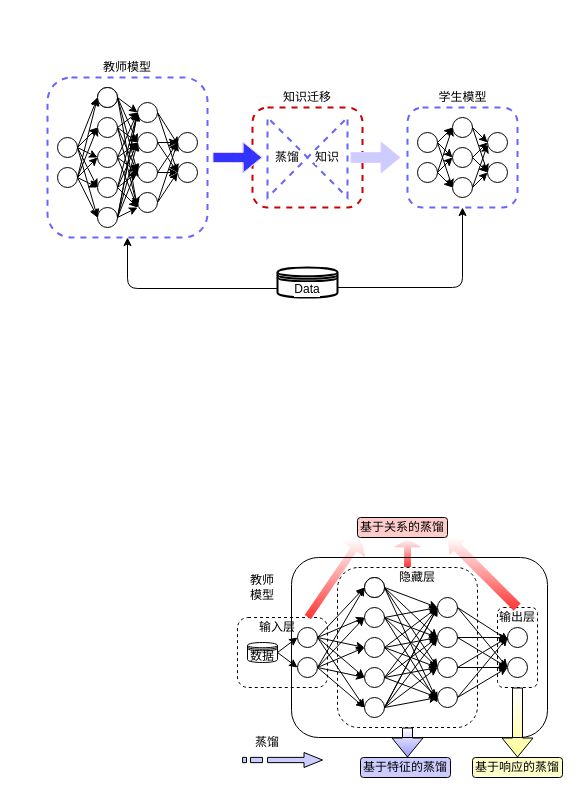
Earlier version of the draw.io diagram generic-KD.drawio (Noeverer/Mindmap). Source tidied: cells renumbered, new cells numbered last; positions are measured from the earlier drawing's top-left corner, leaving out a move shared by most shapes. Both pictures are drawn from the tidied source at 100%, with x=0, y=0 at pixel (17, 17).
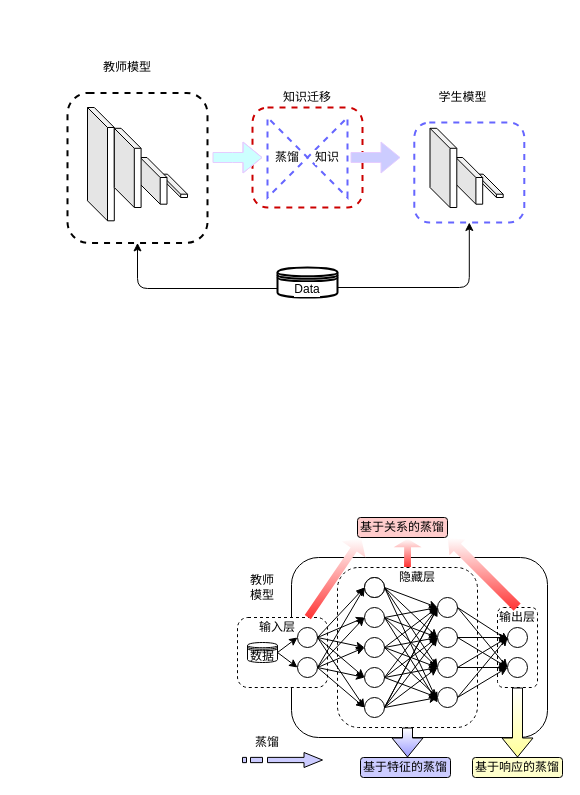
Above is the later version.

Unchanged cells that the change refers to:
```xml
<mxCell id="4" style="swimlane;html=1;startSize=20;horizontal=1;containerType=tree;glass=0;dashed=1;strokeColor=none;fillColor=none;" parent="1" vertex="1">
  <mxGeometry width="530" height="310" as="geometry" />
</mxCell>
```

The edit, as a diff of the source:
```diff
@@
+    <mxCell id="165" style="rounded=1;whiteSpace=wrap;html=1;fillColor=none;" parent="1" vertex="1">
+      <mxGeometry x="274" y="540" width="256" height="180" as="geometry" />
+    </mxCell>
@@
     <mxCell id="5" style="rounded=1;whiteSpace=wrap;html=1;dashed=1;strokeWidth=2;strokeColor=#6666FF;" parent="4" vertex="1">
-      <mxGeometry x="390" y="90" width="110" height="100" as="geometry" />
+      <mxGeometry x="396.8" y="105" width="110" height="100" as="geometry" />
     </mxCell>
@@
-    <mxCell id="7" style="rounded=1;whiteSpace=wrap;html=1;dashed=1;strokeWidth=2;strokeColor=#6666FF;" parent="4" vertex="1">
-      <mxGeometry x="30" y="60" width="160" height="160" as="geometry" />
-    </mxCell>
-    <mxCell id="8" style="group;" parent="4" vertex="1">
-      <mxGeometry x="40" y="70" width="140" height="140" as="geometry" />
-    </mxCell>
-    <mxCell id="9" style="ellipse;whiteSpace=wrap;html=1;" parent="8" vertex="1">
-      <mxGeometry x="40" width="20" height="20" as="geometry" />
-    </mxCell>
-    <mxCell id="10" style="ellipse;whiteSpace=wrap;html=1;" parent="8" vertex="1">
-      <mxGeometry x="40" y="30" width="20" height="20" as="geometry" />
-    </mxCell>
-    <mxCell id="11" style="ellipse;whiteSpace=wrap;html=1;" parent="8" vertex="1">
-      <mxGeometry x="40" y="60" width="20" height="20" as="geometry" />
-    </mxCell>
-    <mxCell id="12" style="ellipse;whiteSpace=wrap;html=1;" parent="8" vertex="1">
-      <mxGeometry x="40" y="90" width="20" height="20" as="geometry" />
-    </mxCell>
-    <mxCell id="13" style="ellipse;whiteSpace=wrap;html=1;" parent="8" vertex="1">
-      <mxGeometry x="40" y="120" width="20" height="20" as="geometry" />
-    </mxCell>
-    <mxCell id="14" style="ellipse;whiteSpace=wrap;html=1;" parent="8" vertex="1">
-      <mxGeometry y="50" width="20" height="20" as="geometry" />
-    </mxCell>
-    <mxCell id="15" style="ellipse;whiteSpace=wrap;html=1;" parent="8" vertex="1">
-      <mxGeometry y="80" width="20" height="20" as="geometry" />
-    </mxCell>
-    <mxCell id="16" style="ellipse;whiteSpace=wrap;html=1;" parent="8" vertex="1">
-      <mxGeometry x="80" y="15" width="20" height="20" as="geometry" />
-    </mxCell>
-    <mxCell id="17" style="ellipse;whiteSpace=wrap;html=1;" parent="8" vertex="1">
-      <mxGeometry x="80" y="45" width="20" height="20" as="geometry" />
-    </mxCell>
-    <mxCell id="18" style="ellipse;whiteSpace=wrap;html=1;" parent="8" vertex="1">
-      <mxGeometry x="80" y="75" width="20" height="20" as="geometry" />
-    </mxCell>
-    <mxCell id="19" style="ellipse;whiteSpace=wrap;html=1;" parent="8" vertex="1">
-      <mxGeometry x="80" y="105" width="20" height="20" as="geometry" />
-    </mxCell>
-    <mxCell id="20" style="ellipse;whiteSpace=wrap;html=1;" parent="8" vertex="1">
-      <mxGeometry x="120" y="45" width="20" height="20" as="geometry" />
-    </mxCell>
-    <mxCell id="21" style="ellipse;whiteSpace=wrap;html=1;" parent="8" vertex="1">
-      <mxGeometry x="120" y="75" width="20" height="20" as="geometry" />
-    </mxCell>
-    <mxCell id="22" style="endArrow=classic;html=1;exitX=1;exitY=0.5;exitDx=0;exitDy=0;" parent="8" edge="1" source="14">
-      <mxGeometry relative="1" as="geometry">
-        <mxPoint x="40" y="10" as="targetPoint" />
-      </mxGeometry>
-    </mxCell>
-    <mxCell id="23" style="endArrow=classic;html=1;exitX=1;exitY=0.5;exitDx=0;exitDy=0;entryX=0;entryY=0.5;entryDx=0;entryDy=0;" parent="8" edge="1" source="14" target="11">
-      <mxGeometry relative="1" as="geometry" />
-    </mxCell>
-    <mxCell id="24" style="endArrow=classic;html=1;exitX=1;exitY=0.5;exitDx=0;exitDy=0;entryX=0;entryY=0.5;entryDx=0;entryDy=0;" parent="8" edge="1" source="15" target="9">
-      <mxGeometry relative="1" as="geometry" />
-    </mxCell>
-    <mxCell id="25" style="endArrow=classic;html=1;exitX=1;exitY=0.5;exitDx=0;exitDy=0;" parent="8" edge="1" source="15">
-      <mxGeometry relative="1" as="geometry">
-        <mxPoint x="40" y="70" as="targetPoint" />
-      </mxGeometry>
-    </mxCell>
-    <mxCell id="26" style="ellipse;whiteSpace=wrap;html=1;" parent="8" vertex="1">
-      <mxGeometry x="40" width="20" height="20" as="geometry" />
-    </mxCell>
-    <mxCell id="27" style="endArrow=classic;html=1;exitX=1;exitY=0.5;exitDx=0;exitDy=0;entryX=0;entryY=0.5;entryDx=0;entryDy=0;" parent="8" edge="1" source="14" target="13">
-      <mxGeometry relative="1" as="geometry" />
-    </mxCell>
-    <mxCell id="28" style="endArrow=classic;html=1;exitX=1;exitY=0.5;exitDx=0;exitDy=0;entryX=0;entryY=0.5;entryDx=0;entryDy=0;" parent="8" edge="1" source="26" target="16">
-      <mxGeometry relative="1" as="geometry" />
-    </mxCell>
-    <mxCell id="29" style="endArrow=classic;html=1;exitX=1;exitY=0.5;exitDx=0;exitDy=0;entryX=0;entryY=0.5;entryDx=0;entryDy=0;" parent="8" edge="1" source="26" target="17">
-      <mxGeometry relative="1" as="geometry" />
-    </mxCell>
-    <mxCell id="30" style="endArrow=classic;html=1;entryX=0;entryY=0.5;entryDx=0;entryDy=0;exitX=1;exitY=0.5;exitDx=0;exitDy=0;" parent="8" edge="1" source="10" target="16">
-      <mxGeometry relative="1" as="geometry" />
-    </mxCell>
-    <mxCell id="31" style="endArrow=classic;html=1;entryX=0;entryY=0.5;entryDx=0;entryDy=0;exitX=1;exitY=0.5;exitDx=0;exitDy=0;" parent="8" edge="1" source="10" target="17">
-      <mxGeometry relative="1" as="geometry" />
-    </mxCell>
-    <mxCell id="32" style="endArrow=classic;html=1;entryX=0;entryY=0.5;entryDx=0;entryDy=0;exitX=1;exitY=0.5;exitDx=0;exitDy=0;" parent="8" edge="1" source="11" target="16">
-      <mxGeometry relative="1" as="geometry" />
-    </mxCell>
-    <mxCell id="33" style="endArrow=classic;html=1;entryX=0;entryY=0.5;entryDx=0;entryDy=0;exitX=1;exitY=0.5;exitDx=0;exitDy=0;" parent="8" edge="1" source="11" target="17">
-      <mxGeometry relative="1" as="geometry" />
-    </mxCell>
-    <mxCell id="34" style="endArrow=classic;html=1;entryX=0;entryY=0.5;entryDx=0;entryDy=0;exitX=1;exitY=0.5;exitDx=0;exitDy=0;" parent="8" edge="1" source="12" target="16">
-      <mxGeometry relative="1" as="geometry" />
-    </mxCell>
-    <mxCell id="35" style="endArrow=classic;html=1;exitX=1;exitY=0.5;exitDx=0;exitDy=0;entryX=0;entryY=0.5;entryDx=0;entryDy=0;" parent="8" edge="1" source="13" target="17">
-      <mxGeometry relative="1" as="geometry" />
-    </mxCell>
-    <mxCell id="36" style="endArrow=classic;html=1;exitX=1;exitY=0.5;exitDx=0;exitDy=0;entryX=0.047;entryY=0.647;entryDx=0;entryDy=0;entryPerimeter=0;" parent="8" edge="1" source="16" target="20">
-      <mxGeometry relative="1" as="geometry" />
-    </mxCell>
-    <mxCell id="37" style="endArrow=classic;html=1;entryX=0;entryY=0.5;entryDx=0;entryDy=0;exitX=1;exitY=0.5;exitDx=0;exitDy=0;" parent="8" edge="1" source="16" target="21">
-      <mxGeometry relative="1" as="geometry" />
-    </mxCell>
-    <mxCell id="38" style="endArrow=classic;html=1;entryX=0;entryY=0.5;entryDx=0;entryDy=0;exitX=1;exitY=0.5;exitDx=0;exitDy=0;" parent="8" edge="1" source="17" target="20">
-      <mxGeometry relative="1" as="geometry" />
-    </mxCell>
-    <mxCell id="39" style="endArrow=classic;html=1;entryX=0;entryY=0.5;entryDx=0;entryDy=0;exitX=1;exitY=0.5;exitDx=0;exitDy=0;" parent="8" edge="1" source="17" target="21">
-      <mxGeometry relative="1" as="geometry" />
-    </mxCell>
-    <mxCell id="40" style="endArrow=classic;html=1;entryX=0;entryY=0.5;entryDx=0;entryDy=0;exitX=1;exitY=0.5;exitDx=0;exitDy=0;exitPerimeter=0;" parent="8" edge="1" source="18" target="20">
-      <mxGeometry relative="1" as="geometry" />
-    </mxCell>
-    <mxCell id="41" style="endArrow=classic;html=1;entryX=0;entryY=0.5;entryDx=0;entryDy=0;exitX=1;exitY=0.5;exitDx=0;exitDy=0;" parent="8" edge="1" source="18" target="21">
-      <mxGeometry relative="1" as="geometry" />
-    </mxCell>
-    <mxCell id="42" style="endArrow=classic;html=1;entryX=0;entryY=0.5;entryDx=0;entryDy=0;exitX=1;exitY=0.5;exitDx=0;exitDy=0;" parent="8" edge="1" source="19" target="20">
-      <mxGeometry relative="1" as="geometry" />
-    </mxCell>
-    <mxCell id="43" style="endArrow=classic;html=1;entryX=0;entryY=0.5;entryDx=0;entryDy=0;exitX=1;exitY=0.5;exitDx=0;exitDy=0;" parent="8" edge="1" source="19" target="21">
-      <mxGeometry relative="1" as="geometry" />
-    </mxCell>
@@
-    <mxCell id="49" style="group;" parent="4" vertex="1">
-      <mxGeometry x="400" y="100" width="90" height="80" as="geometry" />
-    </mxCell>
-    <mxCell id="50" style="ellipse;whiteSpace=wrap;html=1;" parent="49" vertex="1">
-      <mxGeometry x="35" width="20" height="20" as="geometry" />
-    </mxCell>
-    <mxCell id="51" style="ellipse;whiteSpace=wrap;html=1;" parent="49" vertex="1">
-      <mxGeometry x="35" y="30" width="20" height="20" as="geometry" />
-    </mxCell>
-    <mxCell id="52" style="ellipse;whiteSpace=wrap;html=1;" parent="49" vertex="1">
-      <mxGeometry x="35" y="60" width="20" height="20" as="geometry" />
-    </mxCell>
-    <mxCell id="53" style="ellipse;whiteSpace=wrap;html=1;" parent="49" vertex="1">
-      <mxGeometry y="15" width="20" height="20" as="geometry" />
-    </mxCell>
-    <mxCell id="54" style="ellipse;whiteSpace=wrap;html=1;" parent="49" vertex="1">
-      <mxGeometry y="45" width="20" height="20" as="geometry" />
-    </mxCell>
-    <mxCell id="55" style="ellipse;whiteSpace=wrap;html=1;" parent="49" vertex="1">
-      <mxGeometry x="70" y="15" width="20" height="20" as="geometry" />
-    </mxCell>
-    <mxCell id="56" style="ellipse;whiteSpace=wrap;html=1;" parent="49" vertex="1">
-      <mxGeometry x="70" y="45" width="20" height="20" as="geometry" />
-    </mxCell>
-    <mxCell id="57" style="endArrow=classic;html=1;fillColor=#CCCCFF;entryX=0;entryY=0.5;entryDx=0;entryDy=0;exitX=1;exitY=0.5;exitDx=0;exitDy=0;" parent="49" edge="1" source="53" target="50">
-      <mxGeometry relative="1" as="geometry" />
-    </mxCell>
-    <mxCell id="58" style="endArrow=classic;html=1;fillColor=#CCCCFF;entryX=0;entryY=0.5;entryDx=0;entryDy=0;exitX=1;exitY=0.5;exitDx=0;exitDy=0;" parent="49" edge="1" source="53" target="51">
-      <mxGeometry relative="1" as="geometry" />
-    </mxCell>
-    <mxCell id="59" style="endArrow=classic;html=1;fillColor=#CCCCFF;entryX=0;entryY=0.5;entryDx=0;entryDy=0;exitX=1;exitY=0.5;exitDx=0;exitDy=0;" parent="49" edge="1" source="53" target="52">
-      <mxGeometry relative="1" as="geometry" />
-    </mxCell>
-    <mxCell id="60" style="endArrow=classic;html=1;fillColor=#CCCCFF;entryX=0;entryY=0.5;entryDx=0;entryDy=0;exitX=1;exitY=0.5;exitDx=0;exitDy=0;" parent="49" edge="1" source="54" target="50">
-      <mxGeometry relative="1" as="geometry" />
-    </mxCell>
-    <mxCell id="61" style="endArrow=classic;html=1;fillColor=#CCCCFF;entryX=0;entryY=0.5;entryDx=0;entryDy=0;exitX=1;exitY=0.5;exitDx=0;exitDy=0;" parent="49" edge="1" source="54" target="51">
-      <mxGeometry relative="1" as="geometry" />
-    </mxCell>
-    <mxCell id="62" style="endArrow=classic;html=1;fillColor=#CCCCFF;entryX=0;entryY=0.5;entryDx=0;entryDy=0;exitX=1;exitY=0.5;exitDx=0;exitDy=0;" parent="49" edge="1" source="54" target="52">
-      <mxGeometry relative="1" as="geometry" />
-    </mxCell>
-    <mxCell id="63" style="endArrow=classic;html=1;fillColor=#CCCCFF;entryX=0;entryY=0.5;entryDx=0;entryDy=0;exitX=1;exitY=0.5;exitDx=0;exitDy=0;" parent="49" edge="1" source="50" target="55">
-      <mxGeometry relative="1" as="geometry" />
-    </mxCell>
-    <mxCell id="64" style="endArrow=classic;html=1;fillColor=#CCCCFF;entryX=0;entryY=0.5;entryDx=0;entryDy=0;exitX=1;exitY=0.5;exitDx=0;exitDy=0;" parent="49" edge="1" source="50" target="56">
-      <mxGeometry relative="1" as="geometry" />
-    </mxCell>
-    <mxCell id="65" style="endArrow=classic;html=1;fillColor=#CCCCFF;entryX=0;entryY=0.5;entryDx=0;entryDy=0;exitX=1;exitY=0.5;exitDx=0;exitDy=0;" parent="49" edge="1" source="51" target="55">
-      <mxGeometry relative="1" as="geometry" />
-    </mxCell>
-    <mxCell id="66" style="endArrow=classic;html=1;fillColor=#CCCCFF;entryX=0.005;entryY=0.608;entryDx=0;entryDy=0;exitX=1;exitY=0.5;exitDx=0;exitDy=0;entryPerimeter=0;" parent="49" edge="1" source="52" target="55">
-      <mxGeometry relative="1" as="geometry" />
-    </mxCell>
-    <mxCell id="67" style="endArrow=classic;html=1;fillColor=#CCCCFF;entryX=0;entryY=0.5;entryDx=0;entryDy=0;" parent="4" edge="1" target="56">
-      <mxGeometry relative="1" as="geometry">
-        <mxPoint x="455" y="140" as="sourcePoint" />
-      </mxGeometry>
-    </mxCell>
-    <mxCell id="68" style="endArrow=classic;html=1;fillColor=#CCCCFF;entryX=0;entryY=0.5;entryDx=0;entryDy=0;" parent="4" edge="1" target="56">
-      <mxGeometry relative="1" as="geometry">
-        <mxPoint x="455" y="170" as="sourcePoint" />
-      </mxGeometry>
-    </mxCell>
@@
+    <mxCell id="72" value="学生模型" style="text;html=1;strokeColor=none;fillColor=none;align=center;verticalAlign=middle;whiteSpace=wrap;rounded=0;labelBackgroundColor=#ffffff;" parent="4" vertex="1">
+      <mxGeometry x="412.5" y="70" width="65" height="20" as="geometry" />
+    </mxCell>
+    <mxCell id="166" style="shape=cube;whiteSpace=wrap;html=1;boundedLbl=1;backgroundOutline=1;darkOpacity=0.05;darkOpacity2=0.1;" parent="4" vertex="1">
+      <mxGeometry x="458.9" y="156.7" width="26.8" height="23.3" as="geometry" />
+    </mxCell>
+    <mxCell id="167" style="shape=cube;whiteSpace=wrap;html=1;boundedLbl=1;backgroundOutline=1;darkOpacity=0.05;darkOpacity2=0.1;" parent="4" vertex="1">
+      <mxGeometry x="438.4" y="140" width="26.8" height="46.7" as="geometry" />
+    </mxCell>
+    <mxCell id="168" style="shape=cube;whiteSpace=wrap;html=1;boundedLbl=1;backgroundOutline=1;darkOpacity=0.05;darkOpacity2=0.1;" parent="4" vertex="1">
+      <mxGeometry x="412.5" y="110.8" width="26.8" height="79.2" as="geometry" />
+    </mxCell>
+    <mxCell id="7" style="rounded=1;whiteSpace=wrap;html=1;dashed=1;strokeWidth=2;" parent="4" vertex="1">
+      <mxGeometry x="50" y="75.4" width="140" height="150" as="geometry" />
+    </mxCell>
@@
-    <mxCell id="72" value="学生模型" style="text;html=1;strokeColor=none;fillColor=none;align=center;verticalAlign=middle;whiteSpace=wrap;rounded=0;labelBackgroundColor=#ffffff;" parent="4" vertex="1">
-      <mxGeometry x="412.5" y="70" width="65" height="20" as="geometry" />
-    </mxCell>
-    <mxCell id="73" style="endArrow=classic;html=1;entryX=0;entryY=0.5;entryDx=0;entryDy=0;" parent="1" edge="1" target="10">
-      <mxGeometry relative="1" as="geometry">
-        <mxPoint x="60" y="130" as="sourcePoint" />
-      </mxGeometry>
-    </mxCell>
-    <mxCell id="74" style="endArrow=classic;html=1;exitX=1;exitY=0.5;exitDx=0;exitDy=0;" parent="1" edge="1" source="15">
-      <mxGeometry relative="1" as="geometry">
-        <mxPoint x="80" y="110" as="targetPoint" />
-      </mxGeometry>
-    </mxCell>
-    <mxCell id="75" style="endArrow=classic;html=1;entryX=0;entryY=0.5;entryDx=0;entryDy=0;" parent="1" edge="1" target="12">
-      <mxGeometry relative="1" as="geometry">
-        <mxPoint x="60" y="160" as="sourcePoint" />
-      </mxGeometry>
-    </mxCell>
-    <mxCell id="76" style="endArrow=classic;html=1;entryX=0;entryY=0.5;entryDx=0;entryDy=0;" parent="1" edge="1" target="13">
-      <mxGeometry relative="1" as="geometry">
-        <mxPoint x="60" y="160" as="sourcePoint" />
-      </mxGeometry>
-    </mxCell>
-    <mxCell id="77" style="endArrow=classic;html=1;" parent="1" edge="1">
-      <mxGeometry relative="1" as="geometry">
-        <mxPoint x="60" y="130" as="sourcePoint" />
-        <mxPoint x="80" y="170" as="targetPoint" />
-      </mxGeometry>
-    </mxCell>
-    <mxCell id="78" style="endArrow=classic;html=1;entryX=0;entryY=0.5;entryDx=0;entryDy=0;" parent="1" edge="1" target="18">
-      <mxGeometry relative="1" as="geometry">
-        <mxPoint x="100" y="80" as="sourcePoint" />
-      </mxGeometry>
-    </mxCell>
-    <mxCell id="79" style="endArrow=classic;html=1;entryX=-0.02;entryY=0.66;entryDx=0;entryDy=0;entryPerimeter=0;" parent="1" edge="1" target="19">
-      <mxGeometry relative="1" as="geometry">
-        <mxPoint x="100" y="80" as="sourcePoint" />
-      </mxGeometry>
-    </mxCell>
-    <mxCell id="80" style="endArrow=classic;html=1;entryX=0;entryY=0.5;entryDx=0;entryDy=0;" parent="1" edge="1" target="18">
-      <mxGeometry relative="1" as="geometry">
-        <mxPoint x="100" y="110" as="sourcePoint" />
-      </mxGeometry>
-    </mxCell>
-    <mxCell id="81" style="endArrow=classic;html=1;entryX=0;entryY=0.75;entryDx=0;entryDy=0;entryPerimeter=0;" parent="1" edge="1" target="19">
-      <mxGeometry relative="1" as="geometry">
-        <mxPoint x="100" y="110" as="sourcePoint" />
-      </mxGeometry>
-    </mxCell>
-    <mxCell id="82" style="endArrow=classic;html=1;entryX=0;entryY=0.5;entryDx=0;entryDy=0;" parent="1" edge="1" target="17">
-      <mxGeometry relative="1" as="geometry">
-        <mxPoint x="100" y="170" as="sourcePoint" />
-      </mxGeometry>
-    </mxCell>
-    <mxCell id="83" style="endArrow=classic;html=1;entryX=0;entryY=0.5;entryDx=0;entryDy=0;" parent="1" edge="1" target="18">
-      <mxGeometry relative="1" as="geometry">
-        <mxPoint x="100" y="140" as="sourcePoint" />
-      </mxGeometry>
-    </mxCell>
-    <mxCell id="84" style="endArrow=classic;html=1;entryX=0;entryY=0.5;entryDx=0;entryDy=0;" parent="1" edge="1" target="18">
-      <mxGeometry relative="1" as="geometry">
-        <mxPoint x="100" y="170" as="sourcePoint" />
-      </mxGeometry>
-    </mxCell>
-    <mxCell id="85" style="endArrow=classic;html=1;exitX=1;exitY=0.5;exitDx=0;exitDy=0;" parent="1" edge="1" source="13">
-      <mxGeometry relative="1" as="geometry">
-        <mxPoint x="120" y="190" as="targetPoint" />
-      </mxGeometry>
-    </mxCell>
-    <mxCell id="86" style="endArrow=classic;html=1;entryX=0;entryY=0.5;entryDx=0;entryDy=0;" parent="1" edge="1" target="16">
-      <mxGeometry relative="1" as="geometry">
-        <mxPoint x="100" y="200" as="sourcePoint" />
-      </mxGeometry>
-    </mxCell>
-    <mxCell id="87" style="endArrow=classic;html=1;" parent="1" edge="1">
-      <mxGeometry relative="1" as="geometry">
-        <mxPoint x="100" y="200" as="sourcePoint" />
-        <mxPoint x="120" y="150" as="targetPoint" />
-      </mxGeometry>
-    </mxCell>
-    <mxCell id="88" style="endArrow=classic;html=1;entryX=0;entryY=0.5;entryDx=0;entryDy=0;" parent="1" edge="1" target="16">
-      <mxGeometry relative="1" as="geometry">
-        <mxPoint x="100" y="200" as="sourcePoint" />
-      </mxGeometry>
-    </mxCell>
-    <mxCell id="89" style="endArrow=classic;html=1;exitX=1;exitY=0.5;exitDx=0;exitDy=0;" parent="1" edge="1" source="12">
-      <mxGeometry relative="1" as="geometry">
-        <mxPoint x="120" y="190" as="targetPoint" />
-      </mxGeometry>
-    </mxCell>
-    <mxCell id="90" style="endArrow=classic;html=1;exitX=1;exitY=0.5;exitDx=0;exitDy=0;" parent="1" edge="1" source="11">
-      <mxGeometry relative="1" as="geometry">
-        <mxPoint x="120" y="190" as="targetPoint" />
-      </mxGeometry>
-    </mxCell>
-    <mxCell id="91" style="shape=flexArrow;endArrow=classic;html=1;exitX=1;exitY=0.5;exitDx=0;exitDy=0;strokeColor=#E5CCFF;fillColor=#3333FF;" parent="1" edge="1">
+    <mxCell id="91" style="shape=flexArrow;endArrow=classic;html=1;exitX=1;exitY=0.5;exitDx=0;exitDy=0;strokeColor=#E5CCFF;fillColor=#CCFFFF;" parent="1" edge="1">
       <mxGeometry relative="1" as="geometry">
         <mxPoint x="195" y="140" as="sourcePoint" />
         <mxPoint x="245" y="140" as="targetPoint" />
         <Array as="points">
           <mxPoint x="215" y="140" />
         </Array>
       </mxGeometry>
     </mxCell>
@@
-    <mxCell id="165" style="rounded=1;whiteSpace=wrap;html=1;fillColor=none;" parent="1" vertex="1">
-      <mxGeometry x="274" y="540" width="256" height="180" as="geometry" />
-    </mxCell>
+    <mxCell id="169" style="shape=cube;whiteSpace=wrap;html=1;boundedLbl=1;backgroundOutline=1;darkOpacity=0.05;darkOpacity2=0.1;" parent="1" vertex="1">
+      <mxGeometry x="143.2" y="156.7" width="26.8" height="23.3" as="geometry" />
+    </mxCell>
+    <mxCell id="170" style="shape=cube;whiteSpace=wrap;html=1;boundedLbl=1;backgroundOutline=1;darkOpacity=0.05;darkOpacity2=0.1;" parent="1" vertex="1">
+      <mxGeometry x="122.7" y="140" width="26.8" height="46.7" as="geometry" />
+    </mxCell>
+    <mxCell id="171" style="shape=cube;whiteSpace=wrap;html=1;boundedLbl=1;backgroundOutline=1;darkOpacity=0.05;darkOpacity2=0.1;" parent="1" vertex="1">
+      <mxGeometry x="70" y="90" width="26.8" height="113.3" as="geometry" />
+    </mxCell>
+    <mxCell id="172" style="shape=cube;whiteSpace=wrap;html=1;boundedLbl=1;backgroundOutline=1;darkOpacity=0.05;darkOpacity2=0.1;" parent="1" vertex="1">
+      <mxGeometry x="96.8" y="110.8" width="26.8" height="79.2" as="geometry" />
+    </mxCell>
```
